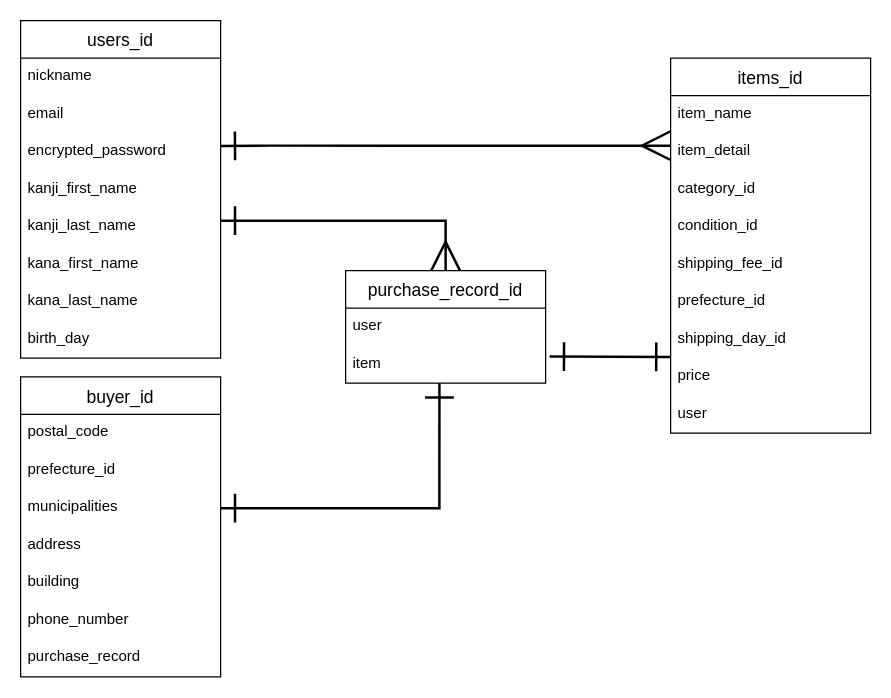
Earlier version of the draw.io diagram er.dio (daicheez/furima-37244). Source tidied: cells renumbered, new cells numbered last; positions are measured from the earlier drawing's top-left corner, leaving out a move shared by most shapes. Both pictures are drawn from the tidied source at 125%, with x=0, y=0 at pixel (20, 20).
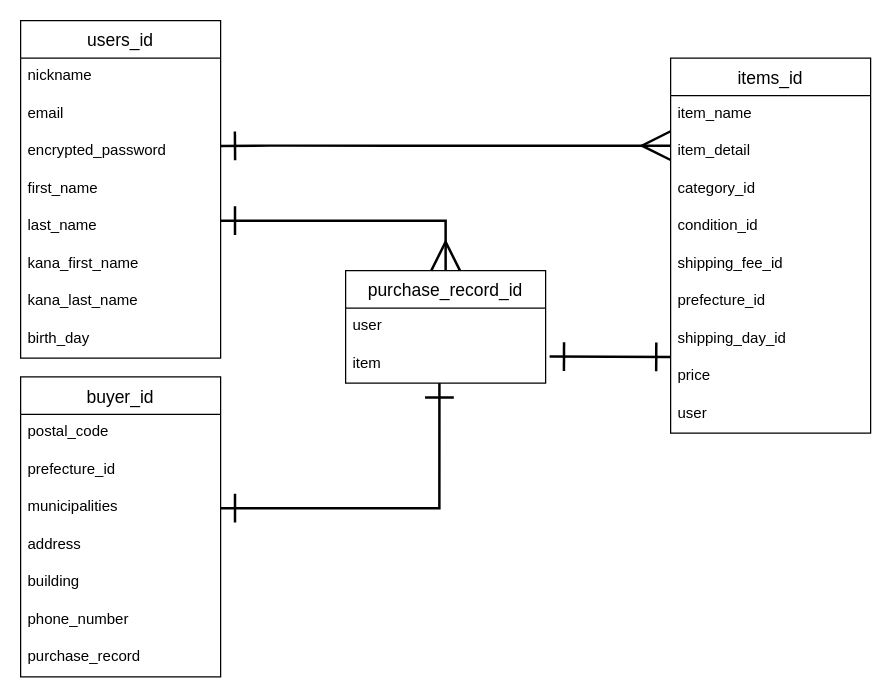
Above is the later version.

Unchanged cells that the change refers to:
```xml
<mxCell id="2" value="users_id" style="swimlane;fontStyle=0;horizontal=1;startSize=30;align=center;fontSize=14;fillColor=none;" parent="1" vertex="1">
  <mxGeometry width="160" height="270" as="geometry" />
</mxCell>
```

Diff of the diagram source:
```diff
@@
-    <mxCell id="6" value="kanji_first_name" style="text;spacingLeft=4;spacingRight=4;overflow=hidden;fontSize=12;fillColor=none;" parent="2" vertex="1">
+    <mxCell id="6" value="first_name" style="text;spacingLeft=4;spacingRight=4;overflow=hidden;fontSize=12;fillColor=none;" parent="2" vertex="1">
       <mxGeometry y="120" width="160" height="30" as="geometry" />
     </mxCell>
-    <mxCell id="7" value="kanji_last_name" style="text;spacingLeft=4;spacingRight=4;overflow=hidden;fontSize=12;fillColor=none;" parent="2" vertex="1">
+    <mxCell id="7" value="last_name" style="text;spacingLeft=4;spacingRight=4;overflow=hidden;fontSize=12;fillColor=none;" parent="2" vertex="1">
       <mxGeometry y="150" width="160" height="30" as="geometry" />
     </mxCell>
```
